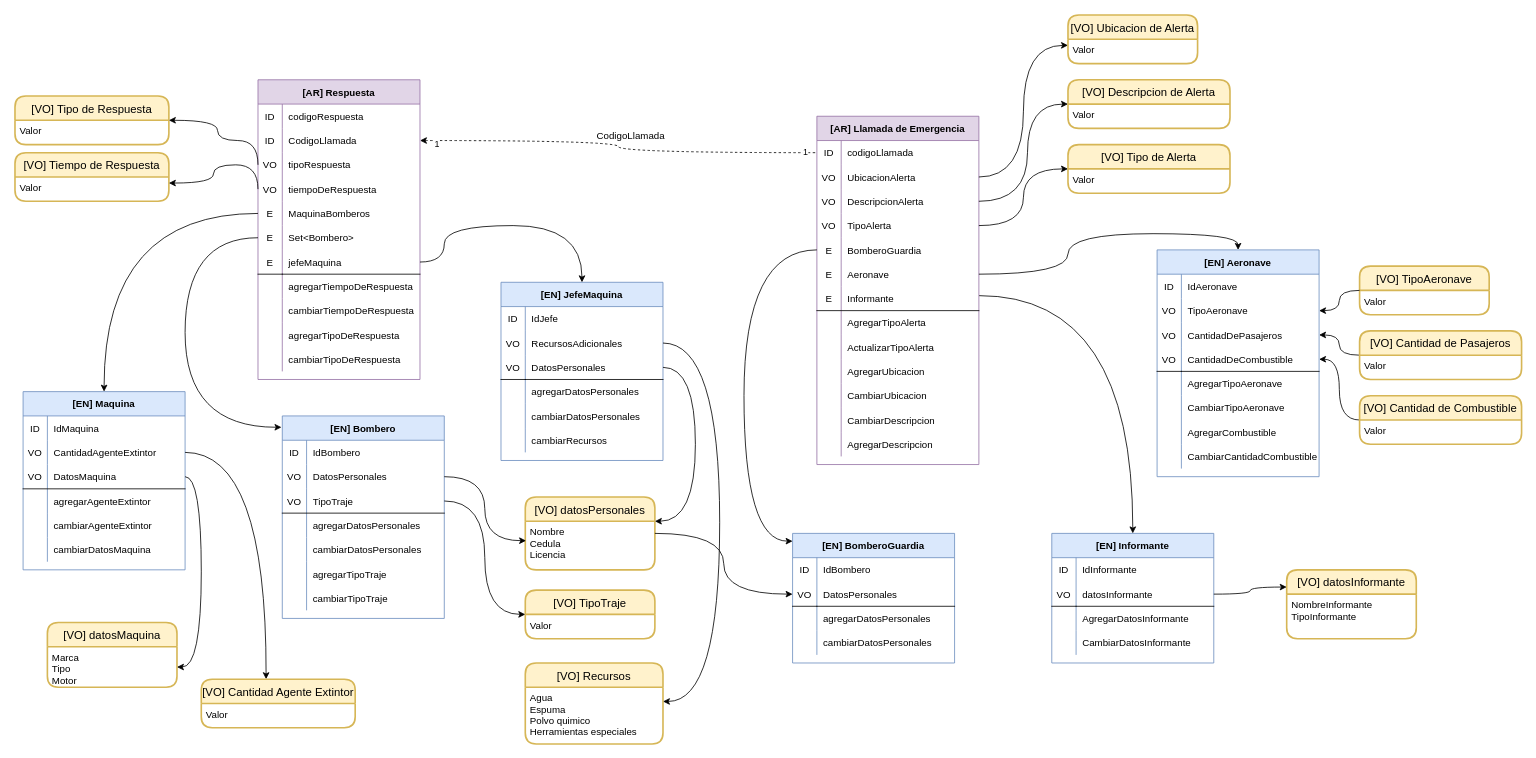
This is page "domain_model" (3 of 3) of Modelo de Dominio/modelo.drawio from maxdarkx/Desafio_ModeloDominio_RespuestaEmergencia, a draw.io file, before an edit. Source tidied: cells renumbered, new cells numbered last; positions are measured from the earlier drawing's top-left corner, leaving out a move shared by most shapes. Both pictures are drawn from the tidied source at 81%, with x=0, y=0 at pixel (15, 15).
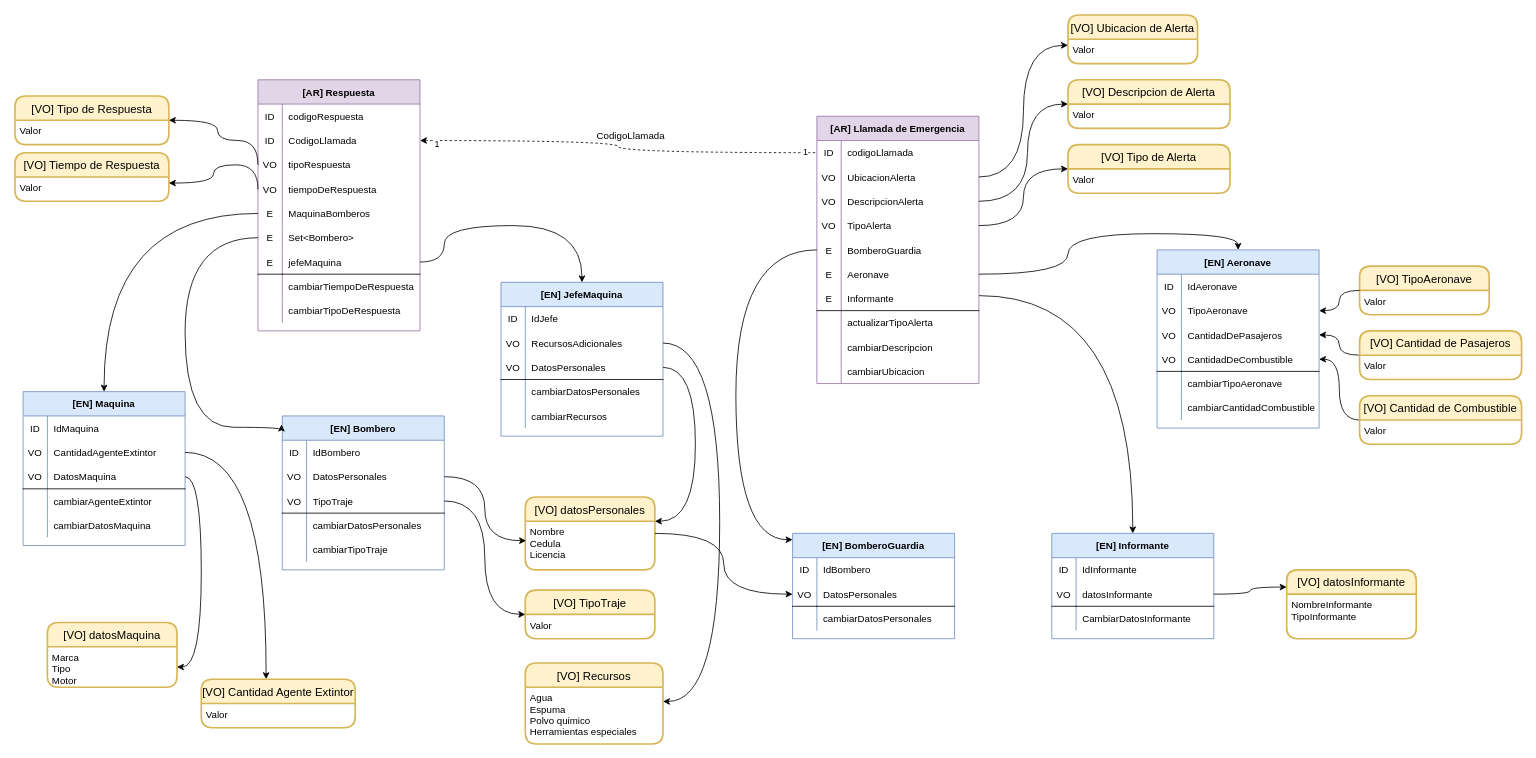
The same page after the edit.

Unchanged cells that the change refers to:
```xml
<mxCell id="52" style="shape=partialRectangle;fillColor=none;top=0;left=0;bottom=0;right=0;points=[[0,0.5],[1,0.5]];portConstraint=eastwest;" parent="39" vertex="1">
  <mxGeometry y="150" width="200" height="30" as="geometry" />
</mxCell>
```

Diff of the diagram source:
```diff
@@
     <mxCell id="5" value="[AR] Respuesta" style="shape=table;startSize=30;childLayout=tableLayout;rowLines=0;fontStyle=1;align=center;fillColor=#e1d5e7;strokeColor=#9673a6;" parent="1" vertex="1">
-      <mxGeometry x="300" y="80" width="200" height="370" as="geometry" />
+      <mxGeometry x="300" y="80" width="200" height="310" as="geometry" />
     </mxCell>
@@
-    <mxCell id="27" style="shape=partialRectangle;fillColor=none;top=0;left=0;bottom=0;right=0;" parent="5" vertex="1">
-      <mxGeometry y="240" width="200" height="30" as="geometry" />
-    </mxCell>
-    <mxCell id="28" style="shape=partialRectangle;fillColor=none;top=0;left=0;bottom=0;right=0;overflow=hidden;" parent="27" vertex="1">
-      <mxGeometry width="30" height="30" as="geometry" />
-    </mxCell>
-    <mxCell id="29" value="agregarTiempoDeRespuesta" style="shape=partialRectangle;fillColor=none;top=0;left=0;bottom=0;right=0;align=left;spacingLeft=6;overflow=hidden;" parent="27" vertex="1">
-      <mxGeometry x="30" width="170" height="30" as="geometry" />
-    </mxCell>
     <mxCell id="30" style="shape=partialRectangle;fillColor=none;top=0;left=0;bottom=0;right=0;" parent="5" vertex="1">
-      <mxGeometry y="270" width="200" height="30" as="geometry" />
+      <mxGeometry y="240" width="200" height="30" as="geometry" />
     </mxCell>
@@
-    <mxCell id="33" style="shape=partialRectangle;fillColor=none;top=0;left=0;bottom=0;right=0;" parent="5" vertex="1">
-      <mxGeometry y="300" width="200" height="30" as="geometry" />
-    </mxCell>
-    <mxCell id="34" style="shape=partialRectangle;fillColor=none;top=0;left=0;bottom=0;right=0;overflow=hidden;" parent="33" vertex="1">
-      <mxGeometry width="30" height="30" as="geometry" />
-    </mxCell>
-    <mxCell id="35" value="agregarTipoDeRespuesta" style="shape=partialRectangle;fillColor=none;top=0;left=0;bottom=0;right=0;align=left;spacingLeft=6;overflow=hidden;" parent="33" vertex="1">
-      <mxGeometry x="30" width="170" height="30" as="geometry" />
-    </mxCell>
     <mxCell id="36" style="shape=partialRectangle;fillColor=none;top=0;left=0;bottom=0;right=0;" parent="5" vertex="1">
-      <mxGeometry y="330" width="200" height="30" as="geometry" />
+      <mxGeometry y="270" width="200" height="30" as="geometry" />
     </mxCell>
@@
     <mxCell id="39" value="[AR] Llamada de Emergencia" style="shape=table;startSize=30;childLayout=tableLayout;rowLines=0;fontStyle=1;align=center;fillColor=#e1d5e7;strokeColor=#9673a6;" parent="1" vertex="1">
-      <mxGeometry x="990" y="125" width="200" height="430" as="geometry" />
+      <mxGeometry x="990" y="125" width="200" height="330" as="geometry" />
     </mxCell>
@@
-    <mxCell id="61" style="shape=partialRectangle;fillColor=none;top=0;left=0;bottom=0;right=0;" parent="39" vertex="1">
-      <mxGeometry y="240" width="200" height="30" as="geometry" />
-    </mxCell>
-    <mxCell id="62" style="shape=partialRectangle;fillColor=none;top=0;left=0;bottom=0;right=0;overflow=hidden;" parent="61" vertex="1">
-      <mxGeometry width="30" height="30" as="geometry" />
-    </mxCell>
-    <mxCell id="63" value="AgregarTipoAlerta" style="shape=partialRectangle;fillColor=none;top=0;left=0;bottom=0;right=0;align=left;spacingLeft=6;overflow=hidden;" parent="61" vertex="1">
-      <mxGeometry x="30" width="170" height="30" as="geometry" />
-    </mxCell>
     <mxCell id="64" style="shape=partialRectangle;fillColor=none;top=0;left=0;bottom=0;right=0;" parent="39" vertex="1">
-      <mxGeometry y="270" width="200" height="30" as="geometry" />
+      <mxGeometry y="240" width="200" height="30" as="geometry" />
     </mxCell>
@@
-    <mxCell id="66" value="ActualizarTipoAlerta" style="shape=partialRectangle;fillColor=none;top=0;left=0;bottom=0;right=0;align=left;spacingLeft=6;overflow=hidden;" parent="64" vertex="1">
+    <mxCell id="66" value="actualizarTipoAlerta" style="shape=partialRectangle;fillColor=none;top=0;left=0;bottom=0;right=0;align=left;spacingLeft=6;overflow=hidden;" parent="64" vertex="1">
       <mxGeometry x="30" width="170" height="30" as="geometry" />
     </mxCell>
-    <mxCell id="67" style="shape=partialRectangle;fillColor=none;top=0;left=0;bottom=0;right=0;" parent="39" vertex="1">
-      <mxGeometry y="300" width="200" height="30" as="geometry" />
-    </mxCell>
-    <mxCell id="68" style="shape=partialRectangle;fillColor=none;top=0;left=0;bottom=0;right=0;overflow=hidden;" parent="67" vertex="1">
-      <mxGeometry width="30" height="30" as="geometry" />
-    </mxCell>
-    <mxCell id="69" value="AgregarUbicacion" style="shape=partialRectangle;fillColor=none;top=0;left=0;bottom=0;right=0;align=left;spacingLeft=6;overflow=hidden;" parent="67" vertex="1">
-      <mxGeometry x="30" width="170" height="30" as="geometry" />
-    </mxCell>
+    <mxCell id="73" style="shape=partialRectangle;fillColor=none;top=0;left=0;bottom=0;right=0;dashed=1;" parent="39" vertex="1">
+      <mxGeometry y="270" width="200" height="30" as="geometry" />
+    </mxCell>
+    <mxCell id="74" style="shape=partialRectangle;fillColor=none;top=0;left=0;bottom=0;right=0;overflow=hidden;" parent="73" vertex="1">
+      <mxGeometry width="30" height="30" as="geometry" />
+    </mxCell>
+    <mxCell id="75" value="cambiarDescripcion" style="shape=partialRectangle;fillColor=none;top=0;left=0;bottom=0;right=0;align=left;spacingLeft=6;overflow=hidden;" parent="73" vertex="1">
+      <mxGeometry x="30" width="170" height="30" as="geometry" />
+    </mxCell>
     <mxCell id="70" style="shape=partialRectangle;fillColor=none;top=0;left=0;bottom=0;right=0;" parent="39" vertex="1">
-      <mxGeometry y="330" width="200" height="30" as="geometry" />
+      <mxGeometry y="300" width="200" height="30" as="geometry" />
     </mxCell>
@@
-    <mxCell id="72" value="CambiarUbicacion" style="shape=partialRectangle;fillColor=none;top=0;left=0;bottom=0;right=0;align=left;spacingLeft=6;overflow=hidden;" parent="70" vertex="1">
+    <mxCell id="72" value="cambiarUbicacion" style="shape=partialRectangle;fillColor=none;top=0;left=0;bottom=0;right=0;align=left;spacingLeft=6;overflow=hidden;" parent="70" vertex="1">
       <mxGeometry x="30" width="170" height="30" as="geometry" />
     </mxCell>
-    <mxCell id="73" style="shape=partialRectangle;fillColor=none;top=0;left=0;bottom=0;right=0;dashed=1;" parent="39" vertex="1">
-      <mxGeometry y="360" width="200" height="30" as="geometry" />
-    </mxCell>
-    <mxCell id="74" style="shape=partialRectangle;fillColor=none;top=0;left=0;bottom=0;right=0;overflow=hidden;" parent="73" vertex="1">
-      <mxGeometry width="30" height="30" as="geometry" />
-    </mxCell>
-    <mxCell id="75" value="CambiarDescripcion" style="shape=partialRectangle;fillColor=none;top=0;left=0;bottom=0;right=0;align=left;spacingLeft=6;overflow=hidden;" parent="73" vertex="1">
-      <mxGeometry x="30" width="170" height="30" as="geometry" />
-    </mxCell>
-    <mxCell id="76" style="shape=partialRectangle;fillColor=none;top=0;left=0;bottom=0;right=0;" parent="39" vertex="1">
-      <mxGeometry y="390" width="200" height="30" as="geometry" />
-    </mxCell>
-    <mxCell id="77" style="shape=partialRectangle;fillColor=none;top=0;left=0;bottom=0;right=0;overflow=hidden;" parent="76" vertex="1">
-      <mxGeometry width="30" height="30" as="geometry" />
-    </mxCell>
-    <mxCell id="78" value="AgregarDescripcion" style="shape=partialRectangle;fillColor=none;top=0;left=0;bottom=0;right=0;align=left;spacingLeft=6;overflow=hidden;" parent="76" vertex="1">
-      <mxGeometry x="30" width="170" height="30" as="geometry" />
-    </mxCell>
     <mxCell id="79" value="[EN] Maquina" style="shape=table;startSize=30;childLayout=tableLayout;rowLines=0;fontStyle=1;align=center;fillColor=#dae8fc;strokeColor=#6c8ebf;" parent="1" vertex="1">
-      <mxGeometry x="10" y="465" width="200" height="220" as="geometry" />
+      <mxGeometry x="10" y="465" width="200" height="190" as="geometry" />
     </mxCell>
@@
-    <mxCell id="89" style="shape=partialRectangle;fillColor=none;top=0;left=0;bottom=0;right=0;" parent="79" vertex="1">
-      <mxGeometry y="120" width="200" height="30" as="geometry" />
-    </mxCell>
-    <mxCell id="90" style="shape=partialRectangle;fillColor=none;top=0;left=0;bottom=0;right=0;overflow=hidden;" parent="89" vertex="1">
-      <mxGeometry width="30" height="30" as="geometry" />
-    </mxCell>
-    <mxCell id="91" value="agregarAgenteExtintor" style="shape=partialRectangle;fillColor=none;top=0;left=0;bottom=0;right=0;align=left;spacingLeft=6;overflow=hidden;" parent="89" vertex="1">
-      <mxGeometry x="30" width="170" height="30" as="geometry" />
-    </mxCell>
     <mxCell id="92" style="shape=partialRectangle;fillColor=none;top=0;left=0;bottom=0;right=0;" parent="79" vertex="1">
-      <mxGeometry y="150" width="200" height="30" as="geometry" />
+      <mxGeometry y="120" width="200" height="30" as="geometry" />
     </mxCell>
@@
     <mxCell id="95" style="shape=partialRectangle;fillColor=none;top=0;left=0;bottom=0;right=0;dashed=1;" parent="79" vertex="1">
-      <mxGeometry y="180" width="200" height="30" as="geometry" />
+      <mxGeometry y="150" width="200" height="30" as="geometry" />
     </mxCell>
@@
     <mxCell id="98" value="[EN] Bombero" style="shape=table;startSize=30;childLayout=tableLayout;rowLines=0;fontStyle=1;align=center;fillColor=#dae8fc;strokeColor=#6c8ebf;" parent="1" vertex="1">
-      <mxGeometry x="330" y="495" width="200" height="250" as="geometry" />
+      <mxGeometry x="330" y="495" width="200" height="190" as="geometry" />
     </mxCell>
@@
-    <mxCell id="108" style="shape=partialRectangle;fillColor=none;top=0;left=0;bottom=0;right=0;dashed=1;" parent="98" vertex="1">
-      <mxGeometry y="120" width="200" height="30" as="geometry" />
-    </mxCell>
-    <mxCell id="109" style="shape=partialRectangle;fillColor=none;top=0;left=0;bottom=0;right=0;overflow=hidden;" parent="108" vertex="1">
-      <mxGeometry width="30" height="30" as="geometry" />
-    </mxCell>
-    <mxCell id="110" value="agregarDatosPersonales" style="shape=partialRectangle;fillColor=none;top=0;left=0;bottom=0;right=0;align=left;spacingLeft=6;overflow=hidden;" parent="108" vertex="1">
-      <mxGeometry x="30" width="170" height="30" as="geometry" />
-    </mxCell>
     <mxCell id="111" style="shape=partialRectangle;fillColor=none;top=0;left=0;bottom=0;right=0;" parent="98" vertex="1">
-      <mxGeometry y="150" width="200" height="30" as="geometry" />
+      <mxGeometry y="120" width="200" height="30" as="geometry" />
     </mxCell>
@@
-    <mxCell id="114" style="shape=partialRectangle;fillColor=none;top=0;left=0;bottom=0;right=0;dashed=1;" parent="98" vertex="1">
-      <mxGeometry y="180" width="200" height="30" as="geometry" />
-    </mxCell>
-    <mxCell id="115" style="shape=partialRectangle;fillColor=none;top=0;left=0;bottom=0;right=0;overflow=hidden;" parent="114" vertex="1">
-      <mxGeometry width="30" height="30" as="geometry" />
-    </mxCell>
-    <mxCell id="116" value="agregarTipoTraje" style="shape=partialRectangle;fillColor=none;top=0;left=0;bottom=0;right=0;align=left;spacingLeft=6;overflow=hidden;" parent="114" vertex="1">
-      <mxGeometry x="30" width="170" height="30" as="geometry" />
-    </mxCell>
     <mxCell id="117" style="shape=partialRectangle;fillColor=none;top=0;left=0;bottom=0;right=0;" parent="98" vertex="1">
-      <mxGeometry y="210" width="200" height="30" as="geometry" />
+      <mxGeometry y="150" width="200" height="30" as="geometry" />
     </mxCell>
@@
     <mxCell id="120" value="[EN] JefeMaquina" style="shape=table;startSize=30;childLayout=tableLayout;rowLines=0;fontStyle=1;align=center;fillColor=#dae8fc;strokeColor=#6c8ebf;" parent="1" vertex="1">
-      <mxGeometry x="600" y="330" width="200" height="220" as="geometry" />
+      <mxGeometry x="600" y="330" width="200" height="190" as="geometry" />
     </mxCell>
@@
-    <mxCell id="130" style="shape=partialRectangle;fillColor=none;top=0;left=0;bottom=0;right=0;dashed=1;" parent="120" vertex="1">
-      <mxGeometry y="120" width="200" height="30" as="geometry" />
-    </mxCell>
-    <mxCell id="131" style="shape=partialRectangle;fillColor=none;top=0;left=0;bottom=0;right=0;overflow=hidden;" parent="130" vertex="1">
-      <mxGeometry width="30" height="30" as="geometry" />
-    </mxCell>
-    <mxCell id="132" value="agregarDatosPersonales" style="shape=partialRectangle;fillColor=none;top=0;left=0;bottom=0;right=0;align=left;spacingLeft=6;overflow=hidden;" parent="130" vertex="1">
-      <mxGeometry x="30" width="170" height="30" as="geometry" />
-    </mxCell>
     <mxCell id="133" style="shape=partialRectangle;fillColor=none;top=0;left=0;bottom=0;right=0;" parent="120" vertex="1">
-      <mxGeometry y="150" width="200" height="30" as="geometry" />
+      <mxGeometry y="120" width="200" height="30" as="geometry" />
     </mxCell>
@@
     <mxCell id="136" style="shape=partialRectangle;fillColor=none;top=0;left=0;bottom=0;right=0;" parent="120" vertex="1">
-      <mxGeometry y="180" width="200" height="30" as="geometry" />
+      <mxGeometry y="150" width="200" height="30" as="geometry" />
     </mxCell>
@@
     <mxCell id="139" value="[EN] BomberoGuardia" style="shape=table;startSize=30;childLayout=tableLayout;rowLines=0;fontStyle=1;align=center;fillColor=#dae8fc;strokeColor=#6c8ebf;" parent="1" vertex="1">
-      <mxGeometry x="960" y="640" width="200" height="160" as="geometry" />
+      <mxGeometry x="960" y="640" width="200" height="130" as="geometry" />
     </mxCell>
@@
-    <mxCell id="146" style="shape=partialRectangle;fillColor=none;top=0;left=0;bottom=0;right=0;" parent="139" vertex="1">
-      <mxGeometry y="90" width="200" height="30" as="geometry" />
-    </mxCell>
-    <mxCell id="147" style="shape=partialRectangle;fillColor=none;top=0;left=0;bottom=0;right=0;overflow=hidden;" parent="146" vertex="1">
-      <mxGeometry width="30" height="30" as="geometry" />
-    </mxCell>
-    <mxCell id="148" value="agregarDatosPersonales" style="shape=partialRectangle;fillColor=none;top=0;left=0;bottom=0;right=0;align=left;spacingLeft=6;overflow=hidden;" parent="146" vertex="1">
-      <mxGeometry x="30" width="170" height="30" as="geometry" />
-    </mxCell>
     <mxCell id="149" style="shape=partialRectangle;fillColor=none;top=0;left=0;bottom=0;right=0;" parent="139" vertex="1">
-      <mxGeometry y="120" width="200" height="30" as="geometry" />
+      <mxGeometry y="90" width="200" height="30" as="geometry" />
     </mxCell>
@@
     <mxCell id="158" style="edgeStyle=orthogonalEdgeStyle;curved=1;rounded=0;jettySize=auto;html=1;exitX=0;exitY=0.5;exitDx=0;exitDy=0;entryX=0;entryY=0.06;entryDx=0;entryDy=0;entryPerimeter=0;startArrow=none;startFill=0;endArrow=classic;endFill=1;" parent="1" edge="1" source="52" target="139">
       <mxGeometry relative="1" as="geometry">
         <Array as="points">
-          <mxPoint x="900" y="290" />
-          <mxPoint x="900" y="650" />
+          <mxPoint x="890" y="290" />
+          <mxPoint x="890" y="648" />
         </Array>
       </mxGeometry>
     </mxCell>
@@
     <mxCell id="160" value="[EN] Informante" style="shape=table;startSize=30;childLayout=tableLayout;rowLines=0;fontStyle=1;align=center;fillColor=#dae8fc;strokeColor=#6c8ebf;" parent="1" vertex="1">
-      <mxGeometry x="1280" y="640" width="200" height="160" as="geometry" />
+      <mxGeometry x="1280" y="640" width="200" height="130" as="geometry" />
     </mxCell>
@@
-    <mxCell id="167" style="shape=partialRectangle;fillColor=none;top=0;left=0;bottom=0;right=0;" parent="160" vertex="1">
-      <mxGeometry y="90" width="200" height="30" as="geometry" />
-    </mxCell>
-    <mxCell id="168" style="shape=partialRectangle;fillColor=none;top=0;left=0;bottom=0;right=0;overflow=hidden;" parent="167" vertex="1">
-      <mxGeometry width="30" height="30" as="geometry" />
-    </mxCell>
-    <mxCell id="169" value="AgregarDatosInformante" style="shape=partialRectangle;fillColor=none;top=0;left=0;bottom=0;right=0;align=left;spacingLeft=6;overflow=hidden;" parent="167" vertex="1">
-      <mxGeometry x="30" width="170" height="30" as="geometry" />
-    </mxCell>
     <mxCell id="170" style="shape=partialRectangle;fillColor=none;top=0;left=0;bottom=0;right=0;" parent="160" vertex="1">
-      <mxGeometry y="120" width="200" height="30" as="geometry" />
+      <mxGeometry y="90" width="200" height="30" as="geometry" />
     </mxCell>
@@
     <mxCell id="173" value="[EN] Aeronave" style="shape=table;startSize=30;childLayout=tableLayout;rowLines=0;fontStyle=1;align=center;fillColor=#dae8fc;strokeColor=#6c8ebf;" parent="1" vertex="1">
-      <mxGeometry x="1410" y="290" width="200" height="280" as="geometry" />
+      <mxGeometry x="1410" y="290" width="200" height="220" as="geometry" />
     </mxCell>
@@
-    <mxCell id="186" style="shape=partialRectangle;fillColor=none;top=0;left=0;bottom=0;right=0;" parent="173" vertex="1">
-      <mxGeometry y="150" width="200" height="30" as="geometry" />
-    </mxCell>
-    <mxCell id="187" style="shape=partialRectangle;fillColor=none;top=0;left=0;bottom=0;right=0;overflow=hidden;" parent="186" vertex="1">
-      <mxGeometry width="30" height="30" as="geometry" />
-    </mxCell>
-    <mxCell id="188" value="AgregarTipoAeronave" style="shape=partialRectangle;fillColor=none;top=0;left=0;bottom=0;right=0;align=left;spacingLeft=6;overflow=hidden;" parent="186" vertex="1">
-      <mxGeometry x="30" width="170" height="30" as="geometry" />
-    </mxCell>
     <mxCell id="189" style="shape=partialRectangle;fillColor=none;top=0;left=0;bottom=0;right=0;" parent="173" vertex="1">
-      <mxGeometry y="180" width="200" height="30" as="geometry" />
+      <mxGeometry y="150" width="200" height="30" as="geometry" />
     </mxCell>
@@
-    <mxCell id="191" value="CambiarTipoAeronave" style="shape=partialRectangle;fillColor=none;top=0;left=0;bottom=0;right=0;align=left;spacingLeft=6;overflow=hidden;" parent="189" vertex="1">
+    <mxCell id="191" value="cambiarTipoAeronave" style="shape=partialRectangle;fillColor=none;top=0;left=0;bottom=0;right=0;align=left;spacingLeft=6;overflow=hidden;" parent="189" vertex="1">
       <mxGeometry x="30" width="170" height="30" as="geometry" />
     </mxCell>
-    <mxCell id="192" style="shape=partialRectangle;fillColor=none;top=0;left=0;bottom=0;right=0;" parent="173" vertex="1">
-      <mxGeometry y="210" width="200" height="30" as="geometry" />
-    </mxCell>
-    <mxCell id="193" style="shape=partialRectangle;fillColor=none;top=0;left=0;bottom=0;right=0;overflow=hidden;" parent="192" vertex="1">
-      <mxGeometry width="30" height="30" as="geometry" />
-    </mxCell>
-    <mxCell id="194" value="AgregarCombustible" style="shape=partialRectangle;fillColor=none;top=0;left=0;bottom=0;right=0;align=left;spacingLeft=6;overflow=hidden;" parent="192" vertex="1">
-      <mxGeometry x="30" width="170" height="30" as="geometry" />
-    </mxCell>
     <mxCell id="195" style="shape=partialRectangle;fillColor=none;top=0;left=0;bottom=0;right=0;dashed=1;" parent="173" vertex="1">
-      <mxGeometry y="240" width="200" height="30" as="geometry" />
+      <mxGeometry y="180" width="200" height="30" as="geometry" />
     </mxCell>
@@
-    <mxCell id="197" value="CambiarCantidadCombustible" style="shape=partialRectangle;fillColor=none;top=0;left=0;bottom=0;right=0;align=left;spacingLeft=6;overflow=hidden;" parent="195" vertex="1">
+    <mxCell id="197" value="cambiarCantidadCombustible" style="shape=partialRectangle;fillColor=none;top=0;left=0;bottom=0;right=0;align=left;spacingLeft=6;overflow=hidden;" parent="195" vertex="1">
       <mxGeometry x="30" width="170" height="30" as="geometry" />
     </mxCell>
```
